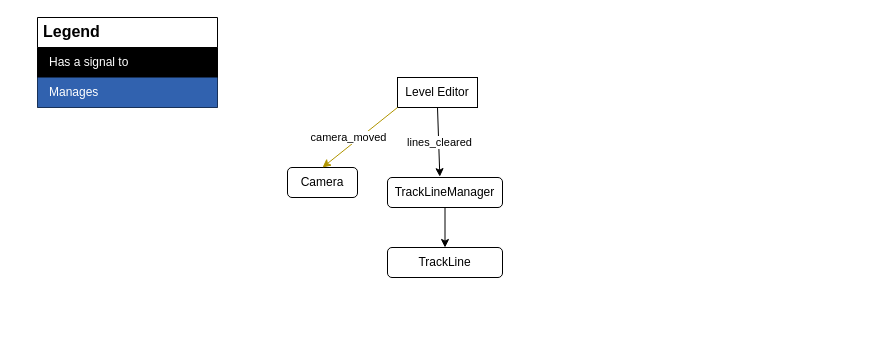
The draw.io diagram rotating-rhythm-game/diagrams/Level Editor/level_editor_diagram.drawio in fcaanaak/rhythm-game, before the edit. Source tidied: cells renumbered, new cells numbered last; positions are measured from the earlier drawing's top-left corner, leaving out a move shared by most shapes. Both pictures are drawn from the tidied source at 100%, with x=0, y=0 at pixel (37, 17).
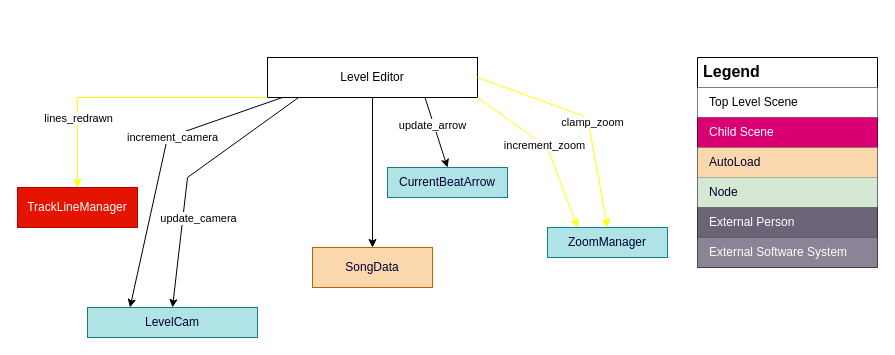
Above is the later version.

Commit message (it also covers changes not shown here):
Began implementing debug box and created most of level editor diagram

Unchanged cells that the change refers to:
```xml
<mxCell id="12" style="shape=tableRow;horizontal=0;startSize=0;swimlaneHead=0;swimlaneBody=0;strokeColor=inherit;top=0;left=0;bottom=0;right=0;fillColor=none;fontSize=12;" parent="11" vertex="1">
  <mxGeometry y="30" width="180" height="30" as="geometry" />
</mxCell>
<mxCell id="14" style="shape=tableRow;horizontal=0;startSize=0;swimlaneHead=0;swimlaneBody=0;strokeColor=inherit;top=0;left=0;bottom=0;right=0;fillColor=none;fontSize=12;" parent="11" vertex="1">
  <mxGeometry y="60" width="180" height="30" as="geometry" />
</mxCell>
```

Diff of the diagram source:
```diff
@@
+    <mxCell id="16" style="edgeStyle=orthogonalEdgeStyle;rounded=0;jettySize=auto;html=1;exitX=0.5;exitY=1;exitDx=0;exitDy=0;entryX=0.5;entryY=0;entryDx=0;entryDy=0;" parent="1" edge="1" source="2" target="26">
+      <mxGeometry relative="1" as="geometry" />
+    </mxCell>
     <mxCell id="2" value="Level Editor" style="rounded=0;whiteSpace=wrap;html=1;" parent="1" vertex="1">
-      <mxGeometry x="360" y="60" width="80" height="30" as="geometry" />
+      <mxGeometry x="230" y="40" width="210" height="40" as="geometry" />
     </mxCell>
-    <mxCell id="3" value="Camera" style="rounded=1;whiteSpace=wrap;html=1;" parent="1" vertex="1">
-      <mxGeometry x="250" y="150" width="70" height="30" as="geometry" />
-    </mxCell>
-    <mxCell id="4" style="endArrow=classic;html=1;rounded=0;exitX=0;exitY=1;exitDx=0;exitDy=0;entryX=0.5;entryY=0;entryDx=0;entryDy=0;fillColor=#e3c800;strokeColor=light-dark(#B09500,#FFFF00);" parent="1" edge="1" source="2" target="3">
-      <mxGeometry relative="1" as="geometry" />
-    </mxCell>
-    <mxCell id="5" value="camera_moved" style="edgeLabel;html=1;align=center;verticalAlign=middle;" parent="4" vertex="1">
-      <mxGeometry relative="1" as="geometry">
-        <mxPoint x="-12" as="offset" />
-      </mxGeometry>
-    </mxCell>
+    <mxCell id="7" style="endArrow=classic;html=1;rounded=0;exitX=0;exitY=1;exitDx=0;exitDy=0;entryX=0.5;entryY=0;entryDx=0;entryDy=0;strokeColor=#FFFF00;" parent="1" edge="1" source="2" target="6">
+      <mxGeometry relative="1" as="geometry">
+        <Array as="points">
+          <mxPoint x="40" y="80" />
+        </Array>
+      </mxGeometry>
+    </mxCell>
+    <mxCell id="17" value="lines_redrawn" style="edgeLabel;html=1;align=center;verticalAlign=middle;" parent="7" vertex="1">
+      <mxGeometry x="0.03" y="2" relative="1" as="geometry">
+        <mxPoint x="-46" y="18" as="offset" />
+      </mxGeometry>
+    </mxCell>
-    <mxCell id="6" value="TrackLineManager" style="rounded=1;whiteSpace=wrap;html=1;" parent="1" vertex="1">
-      <mxGeometry x="350" y="160" width="115" height="30" as="geometry" />
+    <mxCell id="6" value="TrackLineManager" style="rounded=0;whiteSpace=wrap;html=1;fillColor=#e51400;fontColor=#ffffff;strokeColor=#B20000;" parent="1" vertex="1">
+      <mxGeometry x="-20" y="170" width="120" height="40" as="geometry" />
     </mxCell>
-    <mxCell id="7" style="endArrow=classic;html=1;rounded=0;exitX=0.5;exitY=1;exitDx=0;exitDy=0;entryX=0.455;entryY=-0.028;entryDx=0;entryDy=0;entryPerimeter=0;strokeColor=light-dark(#000000,#FFFF33);" parent="1" edge="1" source="2" target="6">
-      <mxGeometry relative="1" as="geometry" />
-    </mxCell>
-    <mxCell id="8" value="lines_cleared" style="edgeLabel;html=1;align=center;verticalAlign=middle;" parent="7" vertex="1">
-      <mxGeometry relative="1" as="geometry" />
-    </mxCell>
-    <mxCell id="9" style="endArrow=classic;html=1;rounded=0;exitX=0.5;exitY=1;exitDx=0;exitDy=0;entryX=0.5;entryY=0;entryDx=0;entryDy=0;" parent="1" edge="1" source="6" target="10">
-      <mxGeometry relative="1" as="geometry" />
-    </mxCell>
-    <mxCell id="10" value="TrackLine" style="rounded=1;whiteSpace=wrap;html=1;" parent="1" vertex="1">
-      <mxGeometry x="350" y="230" width="115" height="30" as="geometry" />
-    </mxCell>
+    <mxCell id="18" value="&lt;font style=&quot;color: rgb(0, 0, 51);&quot;&gt;LevelCam&lt;/font&gt;" style="rounded=0;whiteSpace=wrap;html=1;fillColor=#b0e3e6;strokeColor=#0e8088;" parent="1" vertex="1">
+      <mxGeometry x="50" y="290" width="170" height="30" as="geometry" />
+    </mxCell>
+    <mxCell id="19" value="increment_camera" style="endArrow=classic;html=1;rounded=0;exitX=0.071;exitY=1;exitDx=0;exitDy=0;exitPerimeter=0;entryX=0.25;entryY=0;entryDx=0;entryDy=0;" parent="1" edge="1" source="2" target="18">
+      <mxGeometry x="-0.21" y="2" relative="1" as="geometry">
+        <Array as="points">
+          <mxPoint x="130" y="120" />
+        </Array>
+      </mxGeometry>
+    </mxCell>
+    <mxCell id="20" style="endArrow=classic;html=1;rounded=0;exitX=0.148;exitY=1;exitDx=0;exitDy=0;exitPerimeter=0;entryX=0.5;entryY=0;entryDx=0;entryDy=0;" parent="1" edge="1" source="2" target="18">
+      <mxGeometry relative="1" as="geometry">
+        <Array as="points">
+          <mxPoint x="150" y="160" />
+        </Array>
+      </mxGeometry>
+    </mxCell>
+    <mxCell id="21" value="update_camera" style="edgeLabel;html=1;align=center;verticalAlign=middle;" parent="20" vertex="1">
+      <mxGeometry x="-0.24" y="2" relative="1" as="geometry">
+        <mxPoint x="-19" y="59" as="offset" />
+      </mxGeometry>
+    </mxCell>
+    <mxCell id="22" value="&lt;font style=&quot;color: rgb(0, 0, 51);&quot;&gt;CurrentBeatArrow&lt;/font&gt;" style="rounded=0;whiteSpace=wrap;html=1;fillColor=#b0e3e6;strokeColor=#0e8088;" parent="1" vertex="1">
+      <mxGeometry x="350" y="150" width="120" height="30" as="geometry" />
+    </mxCell>
+    <mxCell id="23" style="endArrow=classic;html=1;rounded=0;entryX=0.5;entryY=0;entryDx=0;entryDy=0;exitX=0.75;exitY=1;exitDx=0;exitDy=0;" parent="1" edge="1" source="2" target="22">
+      <mxGeometry relative="1" as="geometry" />
+    </mxCell>
+    <mxCell id="24" value="update_arrow" style="edgeLabel;html=1;align=center;verticalAlign=middle;" parent="23" vertex="1">
+      <mxGeometry x="-0.24" y="2" relative="1" as="geometry">
+        <mxPoint x="-3" y="1" as="offset" />
+      </mxGeometry>
+    </mxCell>
+    <mxCell id="25" value="&lt;font style=&quot;color: rgb(0, 0, 51);&quot;&gt;ZoomManager&lt;/font&gt;" style="rounded=0;whiteSpace=wrap;html=1;fillColor=#b0e3e6;strokeColor=#0e8088;" parent="1" vertex="1">
+      <mxGeometry x="510" y="210" width="120" height="30" as="geometry" />
+    </mxCell>
+    <mxCell id="26" value="&lt;font style=&quot;color: rgb(0, 0, 51);&quot;&gt;SongData&lt;/font&gt;" style="rounded=0;whiteSpace=wrap;html=1;fillColor=#fad7ac;strokeColor=#b46504;" parent="1" vertex="1">
+      <mxGeometry x="275" y="230" width="120" height="40" as="geometry" />
+    </mxCell>
+    <mxCell id="27" style="endArrow=classic;html=1;rounded=0;exitX=1;exitY=1;exitDx=0;exitDy=0;entryX=0.25;entryY=0;entryDx=0;entryDy=0;strokeColor=#FFFF00;" parent="1" edge="1" source="2" target="25">
+      <mxGeometry relative="1" as="geometry">
+        <Array as="points">
+          <mxPoint x="510" y="130" />
+        </Array>
+      </mxGeometry>
+    </mxCell>
+    <mxCell id="28" value="increment_zoom" style="edgeLabel;html=1;align=center;verticalAlign=middle;" parent="27" vertex="1">
+      <mxGeometry x="-0.06" relative="1" as="geometry">
+        <mxPoint x="1" as="offset" />
+      </mxGeometry>
+    </mxCell>
+    <mxCell id="29" style="endArrow=classic;html=1;rounded=0;exitX=1;exitY=0.5;exitDx=0;exitDy=0;entryX=0.5;entryY=0;entryDx=0;entryDy=0;strokeColor=#FFFF00;" parent="1" edge="1" source="2" target="25">
+      <mxGeometry relative="1" as="geometry">
+        <Array as="points">
+          <mxPoint x="550" y="100" />
+        </Array>
+      </mxGeometry>
+    </mxCell>
+    <mxCell id="30" value="clamp_zoom" style="edgeLabel;html=1;align=center;verticalAlign=middle;" parent="29" vertex="1">
+      <mxGeometry x="-0.06" relative="1" as="geometry">
+        <mxPoint x="13" y="8" as="offset" />
+      </mxGeometry>
+    </mxCell>
     <mxCell id="11" value="Legend" style="shape=table;startSize=30;childLayout=tableLayout;fontSize=16;align=left;verticalAlign=top;fontStyle=1;spacingLeft=6;spacing=0;" parent="1" vertex="1">
-      <mxGeometry width="180" height="90" as="geometry" />
+      <mxGeometry x="660" y="40" width="180" height="210" as="geometry" />
     </mxCell>
@@
-    <mxCell id="13" value="Has a signal to" style="shape=partialRectangle;html=1;whiteSpace=wrap;strokeColor=inherit;overflow=hidden;fillColor=light-dark(#000000,#FFFF33);top=0;left=0;bottom=0;right=0;fontSize=12;align=left;fontColor=#FFFFFF;gradientColor=none;spacingLeft=10;spacingRight=4;" parent="12" vertex="1">
-      <mxGeometry width="180" height="30" as="geometry" />
-    </mxCell>
+    <mxCell id="31" value="Top Level Scene" style="shape=partialRectangle;html=1;whiteSpace=wrap;overflow=hidden;top=0;left=0;bottom=0;right=0;fontSize=12;align=left;spacingLeft=10;spacingRight=4;" parent="12" vertex="1">
+      <mxGeometry width="180" height="30" as="geometry" />
+    </mxCell>
@@
-    <mxCell id="15" value="Manages" style="shape=partialRectangle;html=1;whiteSpace=wrap;strokeColor=inherit;overflow=hidden;fillColor=light-dark(#3162AF,#E3E3E3);top=0;left=0;bottom=0;right=0;fontSize=12;align=left;fontColor=#FFFFFF;gradientColor=none;spacingLeft=10;spacingRight=4;" parent="14" vertex="1">
-      <mxGeometry width="180" height="30" as="geometry" />
-    </mxCell>
+    <mxCell id="32" value="Child Scene" style="shape=partialRectangle;html=1;whiteSpace=wrap;strokeColor=#A50040;overflow=hidden;fillColor=#d80073;top=0;left=0;bottom=0;right=0;fontSize=12;align=left;spacingLeft=10;spacingRight=4;fontColor=#ffffff;" parent="14" vertex="1">
+      <mxGeometry width="180" height="30" as="geometry" />
+    </mxCell>
+    <mxCell id="33" style="shape=tableRow;horizontal=0;startSize=0;swimlaneHead=0;swimlaneBody=0;strokeColor=inherit;top=0;left=0;bottom=0;right=0;fillColor=none;fontSize=12;" parent="11" vertex="1">
+      <mxGeometry y="90" width="180" height="30" as="geometry" />
+    </mxCell>
+    <mxCell id="34" value="&lt;font style=&quot;color: rgb(0, 0, 51);&quot;&gt;AutoLoad&lt;/font&gt;" style="shape=partialRectangle;html=1;whiteSpace=wrap;strokeColor=#b46504;overflow=hidden;fillColor=#fad7ac;top=0;left=0;bottom=0;right=0;fontSize=12;align=left;spacingLeft=10;spacingRight=4;" parent="33" vertex="1">
+      <mxGeometry width="180" height="30" as="geometry" />
+    </mxCell>
+    <mxCell id="35" style="shape=tableRow;horizontal=0;startSize=0;swimlaneHead=0;swimlaneBody=0;strokeColor=inherit;top=0;left=0;bottom=0;right=0;fillColor=none;fontSize=12;" parent="11" vertex="1">
+      <mxGeometry y="120" width="180" height="30" as="geometry" />
+    </mxCell>
+    <mxCell id="36" value="&lt;font style=&quot;color: rgb(0, 0, 51);&quot;&gt;Node&lt;/font&gt;" style="shape=partialRectangle;html=1;whiteSpace=wrap;strokeColor=#82b366;overflow=hidden;fillColor=#d5e8d4;top=0;left=0;bottom=0;right=0;fontSize=12;align=left;spacingLeft=10;spacingRight=4;" parent="35" vertex="1">
+      <mxGeometry width="180" height="30" as="geometry" />
+    </mxCell>
+    <mxCell id="37" style="shape=tableRow;horizontal=0;startSize=0;swimlaneHead=0;swimlaneBody=0;strokeColor=inherit;top=0;left=0;bottom=0;right=0;fillColor=none;fontSize=12;" parent="11" vertex="1">
+      <mxGeometry y="150" width="180" height="30" as="geometry" />
+    </mxCell>
+    <mxCell id="38" value="External Person" style="shape=partialRectangle;html=1;whiteSpace=wrap;strokeColor=inherit;overflow=hidden;fillColor=#6b6477;top=0;left=0;bottom=0;right=0;fontSize=12;align=left;fontColor=#FFFFFF;gradientColor=none;spacingLeft=10;spacingRight=4;" parent="37" vertex="1">
+      <mxGeometry width="180" height="30" as="geometry" />
+    </mxCell>
+    <mxCell id="39" style="shape=tableRow;horizontal=0;startSize=0;swimlaneHead=0;swimlaneBody=0;strokeColor=inherit;top=0;left=0;bottom=0;right=0;fillColor=none;fontSize=12;" parent="11" vertex="1">
+      <mxGeometry y="180" width="180" height="30" as="geometry" />
+    </mxCell>
+    <mxCell id="40" value="External Software System" style="shape=partialRectangle;html=1;whiteSpace=wrap;strokeColor=inherit;overflow=hidden;fillColor=#8b8496;top=0;left=0;bottom=0;right=0;fontSize=12;align=left;fontColor=#FFFFFF;gradientColor=none;spacingLeft=10;spacingRight=4;" parent="39" vertex="1">
+      <mxGeometry width="180" height="30" as="geometry" />
+    </mxCell>
```
